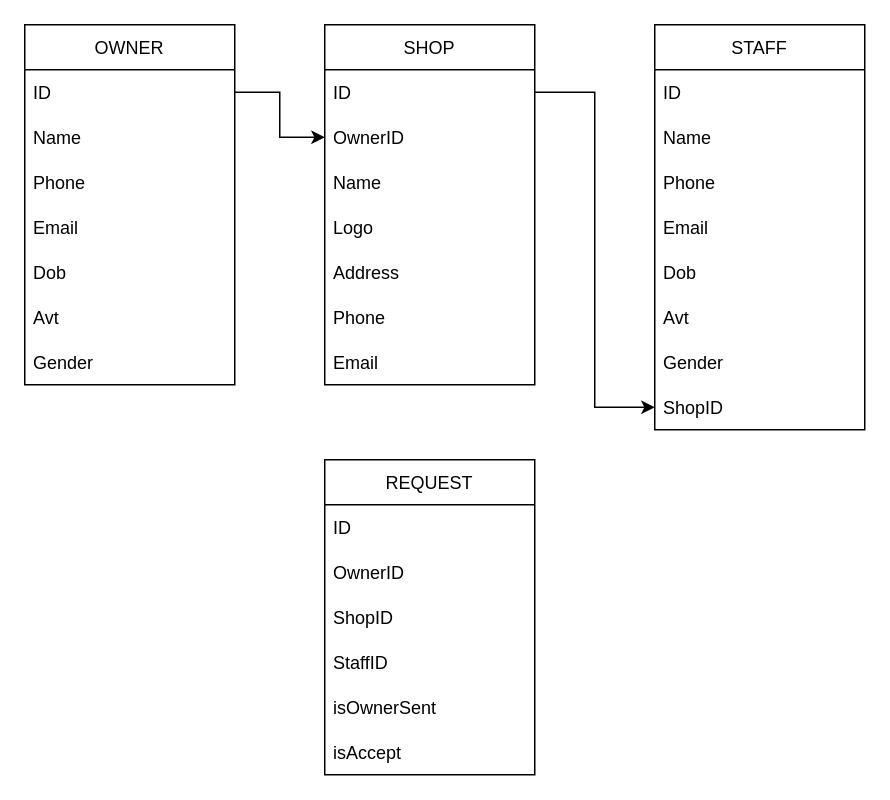
Above: page "Page-1" (1 of 2) of Untitled Diagram.drawio in NHKhang132/MapleStory-Web (draw.io), before the change. Source tidied: cells renumbered, new cells numbered last; positions are measured from the earlier drawing's top-left corner, leaving out a move shared by most shapes. Both pictures are drawn from the tidied source at 150%, with x=0, y=0 at pixel (24, 24).
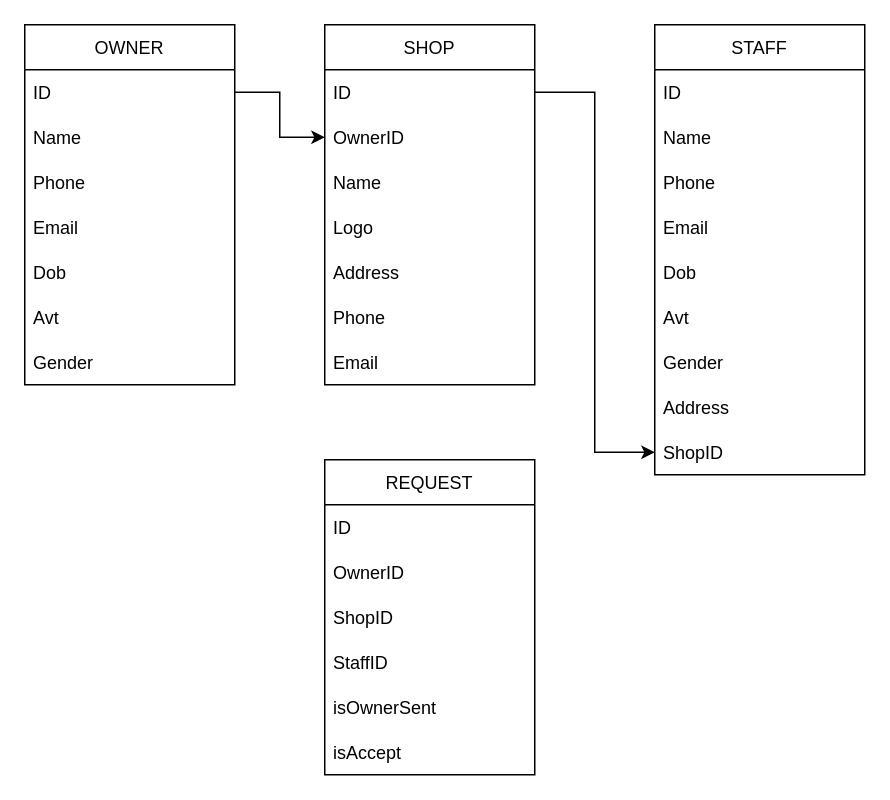
Above is the later version.

The edit, as a diff of the source:
```diff
@@
     <mxCell id="18" value="STAFF" style="swimlane;fontStyle=0;horizontal=1;startSize=30;" parent="1" vertex="1">
-      <mxGeometry x="420" width="140" height="270" as="geometry" />
+      <mxGeometry x="420" width="140" height="300" as="geometry" />
     </mxCell>
@@
+    <mxCell id="36" value="Address" style="text;strokeColor=none;fillColor=none;align=left;verticalAlign=middle;spacingLeft=4;spacingRight=4;overflow=hidden;" parent="18" vertex="1">
+      <mxGeometry y="240" width="140" height="30" as="geometry" />
+    </mxCell>
     <mxCell id="26" value="ShopID" style="text;strokeColor=none;fillColor=none;align=left;verticalAlign=middle;spacingLeft=4;spacingRight=4;overflow=hidden;points=[[0,0.5],[1,0.5]];portConstraint=eastwest;" parent="18" vertex="1">
-      <mxGeometry y="240" width="140" height="30" as="geometry" />
+      <mxGeometry y="270" width="140" height="30" as="geometry" />
     </mxCell>
```
